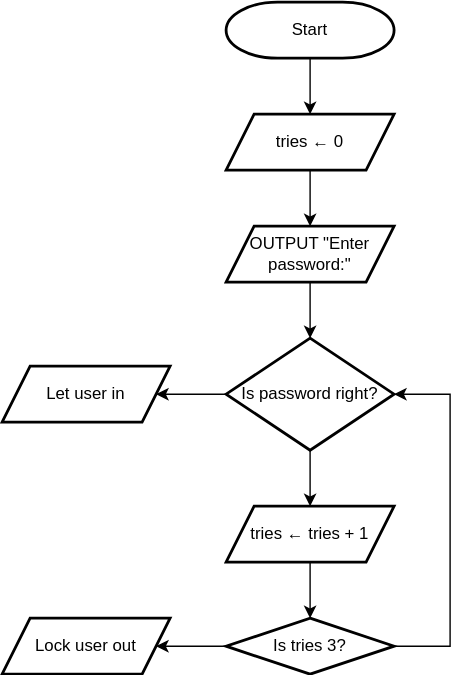
The draw.io diagram 1.1.2 challenge.drawio.svg in tungstengmd/drawio-diagrams, before a commit. Source tidied: cells renumbered, new cells last; positions are measured from the earlier drawing's top-left corner, leaving out a move shared by most shapes. Source of this version:
```xml
<mxGraphModel>
  <root>
    <mxCell id="0" />
    <mxCell id="1" parent="0" />
    <mxCell id="2" style="edgeStyle=orthogonalEdgeStyle;rounded=0;jettySize=auto;html=1;" parent="1" edge="1" source="3" target="5">
      <mxGeometry relative="1" as="geometry" />
    </mxCell>
    <mxCell id="3" value="Start" style="strokeWidth=2;html=1;shape=mxgraph.flowchart.terminator;whiteSpace=wrap;" parent="1" vertex="1">
      <mxGeometry x="160" width="120" height="40" as="geometry" />
    </mxCell>
    <mxCell id="4" style="edgeStyle=orthogonalEdgeStyle;rounded=0;jettySize=auto;html=1;" parent="1" edge="1" source="5" target="7">
      <mxGeometry relative="1" as="geometry" />
    </mxCell>
    <mxCell id="5" value="tries ← 0" style="shape=parallelogram;perimeter=parallelogramPerimeter;whiteSpace=wrap;html=1;fixedSize=1;strokeWidth=2;" parent="1" vertex="1">
      <mxGeometry x="160" y="80" width="120" height="40" as="geometry" />
    </mxCell>
    <mxCell id="6" style="edgeStyle=orthogonalEdgeStyle;rounded=0;jettySize=auto;html=1;" parent="1" edge="1" source="7" target="10">
      <mxGeometry relative="1" as="geometry" />
    </mxCell>
    <mxCell id="7" value="OUTPUT &quot;Enter password:&quot;" style="shape=parallelogram;perimeter=parallelogramPerimeter;whiteSpace=wrap;html=1;fixedSize=1;strokeWidth=2;" parent="1" vertex="1">
      <mxGeometry x="160" y="160" width="120" height="40" as="geometry" />
    </mxCell>
    <mxCell id="8" style="edgeStyle=orthogonalEdgeStyle;rounded=0;jettySize=auto;html=1;" parent="1" edge="1" source="10" target="11">
      <mxGeometry relative="1" as="geometry" />
    </mxCell>
    <mxCell id="9" style="edgeStyle=orthogonalEdgeStyle;rounded=0;jettySize=auto;html=1;" parent="1" edge="1" source="10" target="13">
      <mxGeometry relative="1" as="geometry" />
    </mxCell>
    <mxCell id="10" value="Is password right?" style="rhombus;whiteSpace=wrap;html=1;strokeWidth=2;" parent="1" vertex="1">
      <mxGeometry x="160" y="240" width="120" height="80" as="geometry" />
    </mxCell>
    <mxCell id="11" value="Let user in" style="shape=parallelogram;perimeter=parallelogramPerimeter;whiteSpace=wrap;html=1;fixedSize=1;strokeWidth=2;" parent="1" vertex="1">
      <mxGeometry y="260" width="120" height="40" as="geometry" />
    </mxCell>
    <mxCell id="12" style="edgeStyle=orthogonalEdgeStyle;rounded=0;jettySize=auto;html=1;" parent="1" edge="1" source="13" target="15">
      <mxGeometry relative="1" as="geometry" />
    </mxCell>
    <mxCell id="13" value="tries ← tries + 1" style="shape=parallelogram;perimeter=parallelogramPerimeter;whiteSpace=wrap;html=1;fixedSize=1;strokeWidth=2;" parent="1" vertex="1">
      <mxGeometry x="160" y="360" width="120" height="40" as="geometry" />
    </mxCell>
    <mxCell id="14" style="edgeStyle=orthogonalEdgeStyle;rounded=0;jettySize=auto;html=1;" parent="1" edge="1" source="15" target="16">
      <mxGeometry relative="1" as="geometry" />
    </mxCell>
    <mxCell id="15" value="Is tries 3?" style="rhombus;whiteSpace=wrap;html=1;strokeWidth=2;" parent="1" vertex="1">
      <mxGeometry x="160" y="440" width="120" height="40" as="geometry" />
    </mxCell>
    <mxCell id="16" value="Lock user out" style="shape=parallelogram;perimeter=parallelogramPerimeter;whiteSpace=wrap;html=1;fixedSize=1;strokeWidth=2;" parent="1" vertex="1">
      <mxGeometry y="440" width="120" height="40" as="geometry" />
    </mxCell>
    <mxCell id="17" style="endArrow=classic;html=1;rounded=0;entryX=1;entryY=0.5;entryDx=0;entryDy=0;" parent="1" edge="1" target="10">
      <mxGeometry relative="1" as="geometry">
        <mxPoint x="280" y="460" as="sourcePoint" />
        <Array as="points">
          <mxPoint x="320" y="460" />
          <mxPoint x="320" y="280" />
        </Array>
      </mxGeometry>
    </mxCell>
  </root>
</mxGraphModel>
```
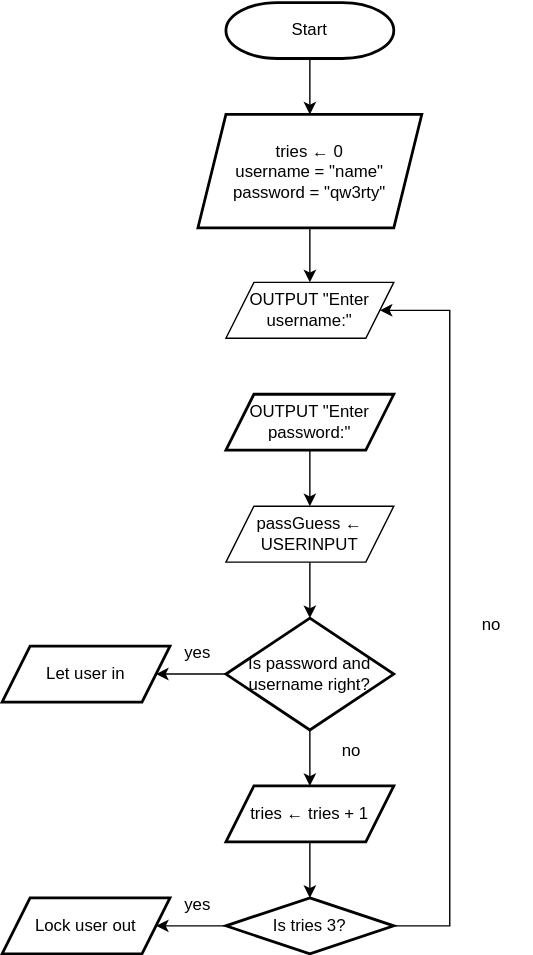
Above is the later version.

What changed in the source:
```diff
@@ -2,23 +2,29 @@
   <root>
     <mxCell id="0" />
     <mxCell id="1" parent="0" />
-    <mxCell id="2" style="edgeStyle=orthogonalEdgeStyle;rounded=0;jettySize=auto;html=1;" parent="1" edge="1" source="3" target="5">
-      <mxGeometry relative="1" as="geometry" />
+    <mxCell id="2" style="edgeStyle=orthogonalEdgeStyle;rounded=0;jettySize=auto;html=1;" parent="1" edge="1" source="3">
+      <mxGeometry relative="1" as="geometry">
+        <mxPoint x="220" y="-120" as="targetPoint" />
+      </mxGeometry>
     </mxCell>
     <mxCell id="3" value="Start" style="strokeWidth=2;html=1;shape=mxgraph.flowchart.terminator;whiteSpace=wrap;" parent="1" vertex="1">
-      <mxGeometry x="160" width="120" height="40" as="geometry" />
+      <mxGeometry x="160" y="-200" width="120" height="40" as="geometry" />
     </mxCell>
-    <mxCell id="4" style="edgeStyle=orthogonalEdgeStyle;rounded=0;jettySize=auto;html=1;" parent="1" edge="1" source="5" target="7">
-      <mxGeometry relative="1" as="geometry" />
+    <mxCell id="4" style="edgeStyle=orthogonalEdgeStyle;rounded=0;jettySize=auto;html=1;" parent="1" edge="1" source="5">
+      <mxGeometry relative="1" as="geometry">
+        <mxPoint x="220" as="targetPoint" />
+      </mxGeometry>
     </mxCell>
-    <mxCell id="5" value="tries ← 0" style="shape=parallelogram;perimeter=parallelogramPerimeter;whiteSpace=wrap;html=1;fixedSize=1;strokeWidth=2;" parent="1" vertex="1">
-      <mxGeometry x="160" y="80" width="120" height="40" as="geometry" />
+    <mxCell id="5" value="tries ← 0&lt;div&gt;username = &quot;name&quot;&lt;/div&gt;&lt;div&gt;password = &quot;qw3rty&quot;&lt;/div&gt;" style="shape=parallelogram;perimeter=parallelogramPerimeter;whiteSpace=wrap;html=1;fixedSize=1;strokeWidth=2;" parent="1" vertex="1">
+      <mxGeometry x="140" y="-120" width="160" height="81" as="geometry" />
     </mxCell>
-    <mxCell id="6" style="edgeStyle=orthogonalEdgeStyle;rounded=0;jettySize=auto;html=1;" parent="1" edge="1" source="7" target="10">
-      <mxGeometry relative="1" as="geometry" />
+    <mxCell id="6" style="edgeStyle=orthogonalEdgeStyle;rounded=0;jettySize=auto;html=1;" parent="1" edge="1" source="7">
+      <mxGeometry relative="1" as="geometry">
+        <mxPoint x="220" y="160" as="targetPoint" />
+      </mxGeometry>
     </mxCell>
     <mxCell id="7" value="OUTPUT &quot;Enter password:&quot;" style="shape=parallelogram;perimeter=parallelogramPerimeter;whiteSpace=wrap;html=1;fixedSize=1;strokeWidth=2;" parent="1" vertex="1">
-      <mxGeometry x="160" y="160" width="120" height="40" as="geometry" />
+      <mxGeometry x="160" y="80" width="120" height="40" as="geometry" />
     </mxCell>
     <mxCell id="8" style="edgeStyle=orthogonalEdgeStyle;rounded=0;jettySize=auto;html=1;" parent="1" edge="1" source="10" target="11">
       <mxGeometry relative="1" as="geometry" />
@@ -26,7 +32,7 @@
     <mxCell id="9" style="edgeStyle=orthogonalEdgeStyle;rounded=0;jettySize=auto;html=1;" parent="1" edge="1" source="10" target="13">
       <mxGeometry relative="1" as="geometry" />
     </mxCell>
-    <mxCell id="10" value="Is password right?" style="rhombus;whiteSpace=wrap;html=1;strokeWidth=2;" parent="1" vertex="1">
+    <mxCell id="10" value="Is password and username right?" style="rhombus;whiteSpace=wrap;html=1;strokeWidth=2;" parent="1" vertex="1">
       <mxGeometry x="160" y="240" width="120" height="80" as="geometry" />
     </mxCell>
     <mxCell id="11" value="Let user in" style="shape=parallelogram;perimeter=parallelogramPerimeter;whiteSpace=wrap;html=1;fixedSize=1;strokeWidth=2;" parent="1" vertex="1">
@@ -47,14 +53,35 @@
     <mxCell id="16" value="Lock user out" style="shape=parallelogram;perimeter=parallelogramPerimeter;whiteSpace=wrap;html=1;fixedSize=1;strokeWidth=2;" parent="1" vertex="1">
       <mxGeometry y="440" width="120" height="40" as="geometry" />
     </mxCell>
-    <mxCell id="17" style="endArrow=classic;html=1;rounded=0;entryX=1;entryY=0.5;entryDx=0;entryDy=0;" parent="1" edge="1" target="10">
-      <mxGeometry relative="1" as="geometry">
-        <mxPoint x="280" y="460" as="sourcePoint" />
-        <Array as="points">
-          <mxPoint x="320" y="460" />
-          <mxPoint x="320" y="280" />
-        </Array>
-      </mxGeometry>
-    </mxCell>
+    <mxCell id="18" value="yes" style="text;html=1;align=center;verticalAlign=middle;whiteSpace=wrap;rounded=0;" parent="1" vertex="1">
+      <mxGeometry x="110" y="250" width="60" height="30" as="geometry" />
+    </mxCell>
+    <mxCell id="19" value="no" style="text;html=1;align=center;verticalAlign=middle;whiteSpace=wrap;rounded=0;" parent="1" vertex="1">
+      <mxGeometry x="220" y="320" width="60" height="30" as="geometry" />
+    </mxCell>
+    <mxCell id="20" style="edgeStyle=orthogonalEdgeStyle;rounded=0;jettySize=auto;html=1;" parent="1" edge="1" source="21" target="10">
+      <mxGeometry relative="1" as="geometry" />
+    </mxCell>
+    <mxCell id="21" value="passGuess ← USERINPUT" style="shape=parallelogram;perimeter=parallelogramPerimeter;whiteSpace=wrap;html=1;fixedSize=1;" parent="1" vertex="1">
+      <mxGeometry x="160" y="160" width="120" height="40" as="geometry" />
+    </mxCell>
+    <mxCell id="22" value="OUTPUT &quot;Enter username:&quot;" style="shape=parallelogram;perimeter=parallelogramPerimeter;whiteSpace=wrap;html=1;fixedSize=1;" parent="1" vertex="1">
+      <mxGeometry x="160" width="120" height="40" as="geometry" />
+    </mxCell>
+    <mxCell id="23" style="endArrow=classic;html=1;rounded=0;entryX=1;entryY=0.5;entryDx=0;entryDy=0;" parent="1" edge="1" target="22">
+      <mxGeometry relative="1" as="geometry">
+        <mxPoint x="280" y="460" as="sourcePoint" />
+        <Array as="points">
+          <mxPoint x="320" y="460" />
+          <mxPoint x="320" y="20" />
+        </Array>
+      </mxGeometry>
+    </mxCell>
+    <mxCell id="24" value="yes" style="text;html=1;align=center;verticalAlign=middle;whiteSpace=wrap;rounded=0;" parent="1" vertex="1">
+      <mxGeometry x="110" y="430" width="60" height="30" as="geometry" />
+    </mxCell>
+    <mxCell id="25" value="no" style="text;html=1;align=center;verticalAlign=middle;whiteSpace=wrap;rounded=0;" parent="1" vertex="1">
+      <mxGeometry x="320" y="230" width="60" height="30" as="geometry" />
+    </mxCell>
   </root>
 </mxGraphModel>
```
